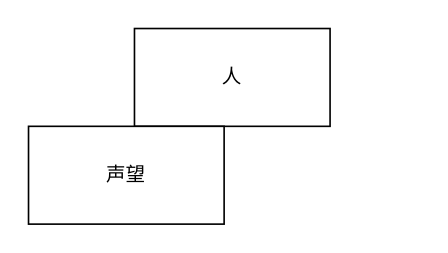
This is 人物设计.drawio from Taaaang/game_design, a draw.io file, before an edit. Source tidied: cells renumbered, new cells numbered last; positions are measured from the earlier drawing's top-left corner, leaving out a move shared by most shapes. Both pictures are drawn from the tidied source at 163%, with x=0, y=0 at pixel (28, 28).
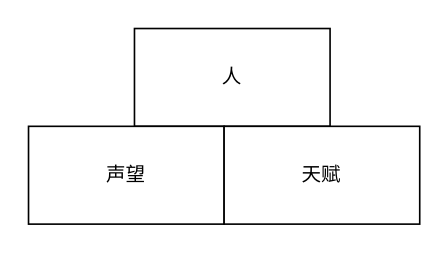
Above is the later version.

Commit message (it also covers changes not shown here):
更新人物设计.drawio

What changed in the source:
```diff
@@
 <mxGraphModel>
   <root>
     <mxCell id="0" />
     <mxCell id="1" parent="0" />
     <mxCell id="2" value="人" style="rounded=0;whiteSpace=wrap;html=1;" parent="1" vertex="1">
       <mxGeometry x="65" width="120" height="60" as="geometry" />
     </mxCell>
     <mxCell id="3" value="声望" style="rounded=0;whiteSpace=wrap;html=1;" parent="1" vertex="1">
       <mxGeometry y="60" width="120" height="60" as="geometry" />
     </mxCell>
+    <mxCell id="4" value="天赋" style="rounded=0;whiteSpace=wrap;html=1;" parent="1" vertex="1">
+      <mxGeometry x="120" y="60" width="120" height="60" as="geometry" />
+    </mxCell>
   </root>
 </mxGraphModel>
```
